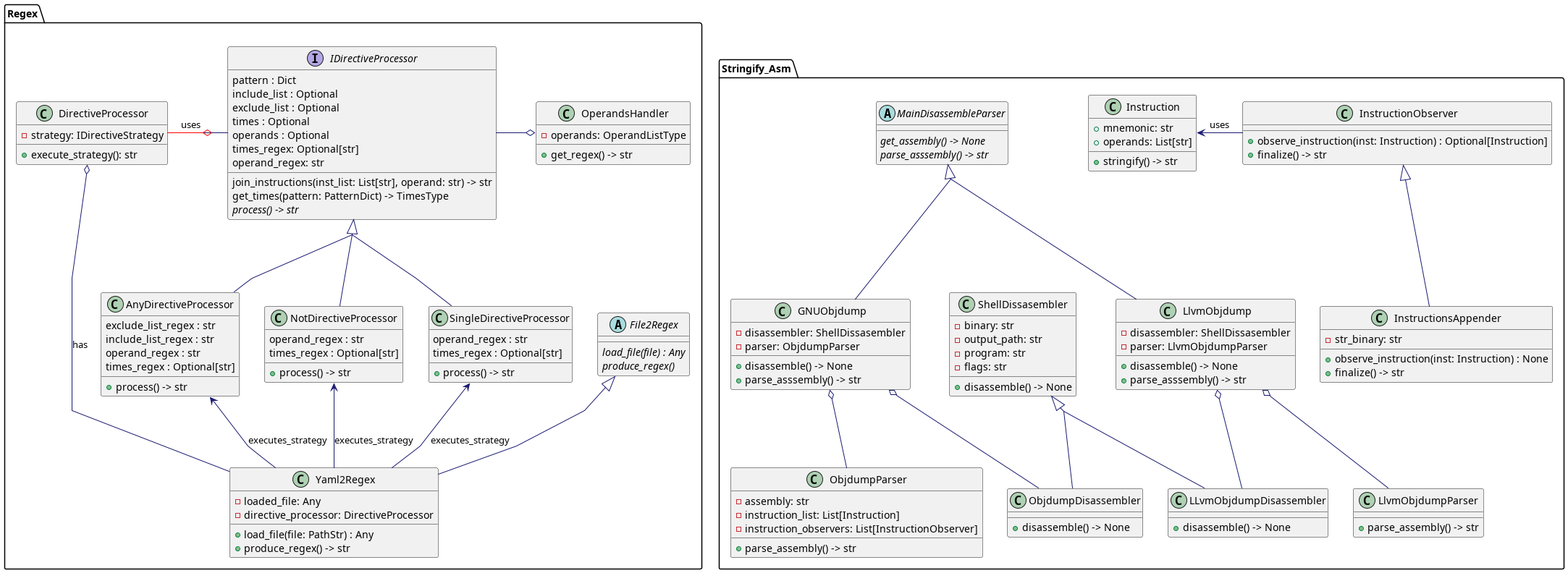
The PlantUML diagram design/diagram_class.png in JukMR/JASM, before a commit.
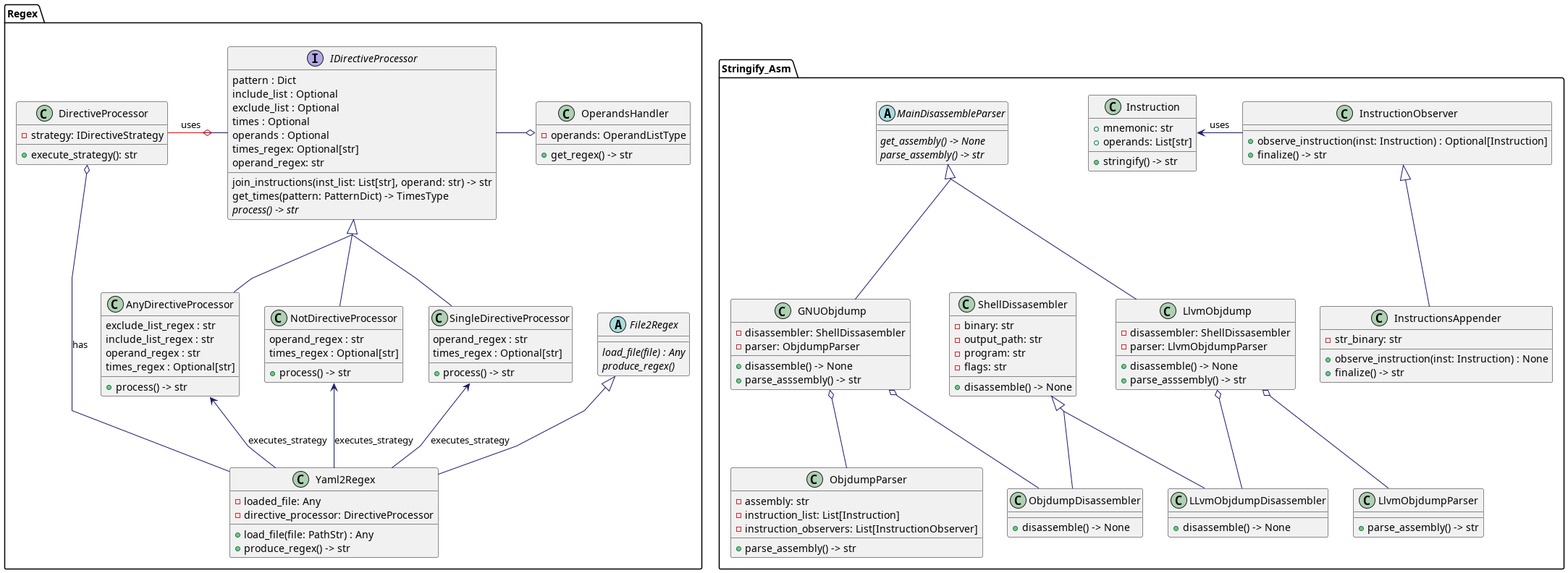
After the change.

What changed in the source:
```diff
@@ -26,7 +26,7 @@
 
     abstract class MainDisassembleParser {
         {abstract} get_assembly() -> None
-        {abstract} parse_asssembly() -> str
+        {abstract} parse_assembly() -> str
     }
 
     class LLvmObjdumpDisassembler {
```
